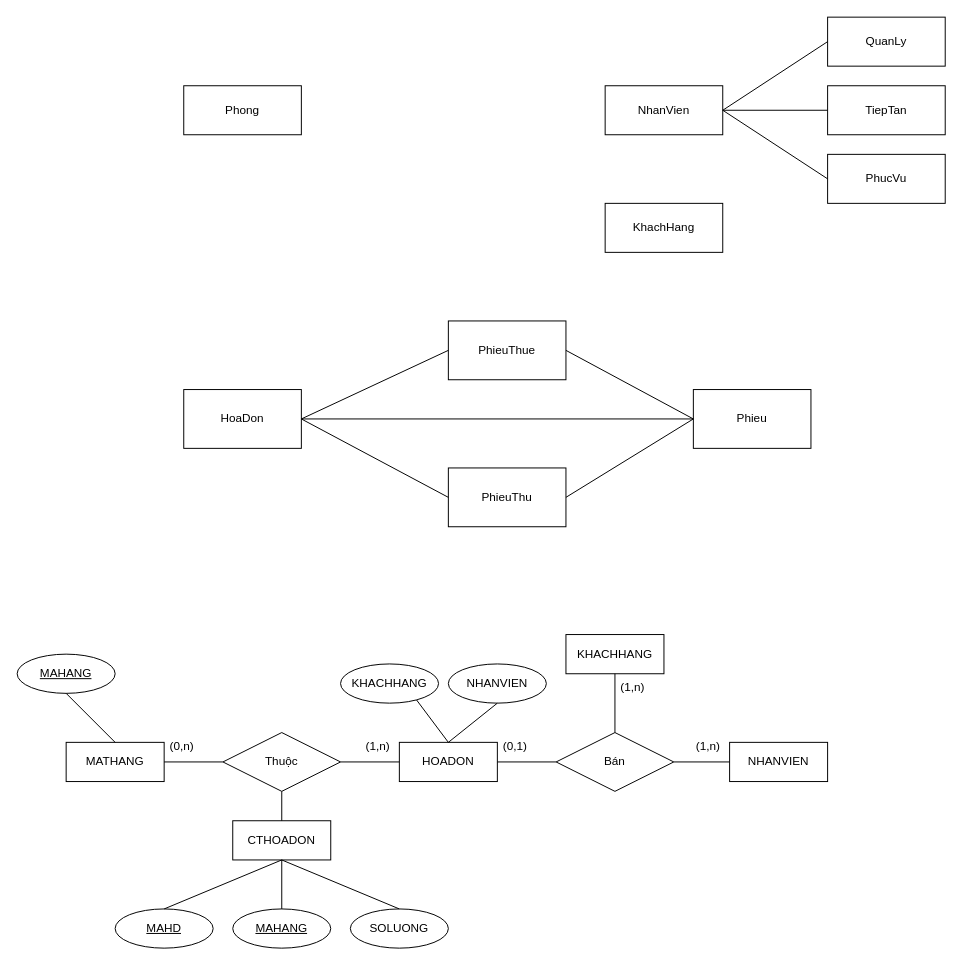
Before: newDiagram.drawio in huykhaduy/huykhaduy, a draw.io diagram. Source tidied: cells renumbered, new cells numbered last; positions are measured from the earlier drawing's top-left corner, leaving out a move shared by most shapes. Both pictures are drawn from the tidied source at 98%, with x=0, y=0 at pixel (17, 17).
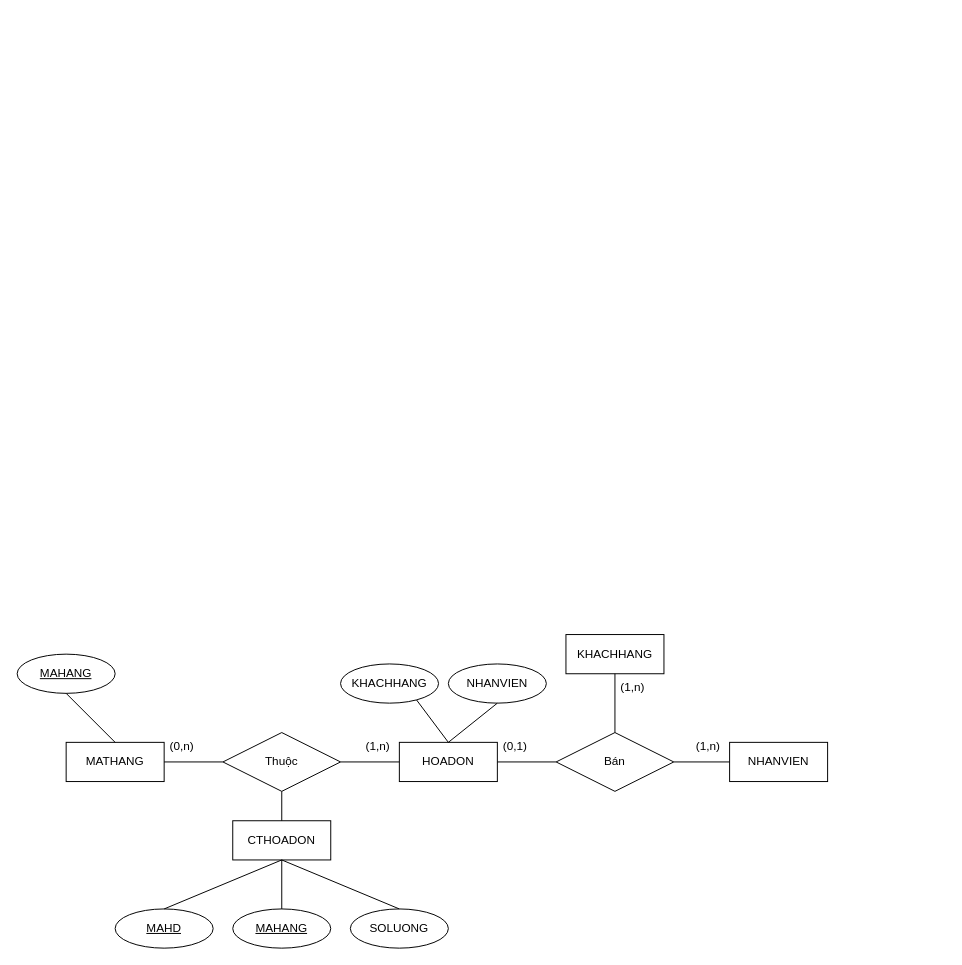
Above is the later version.

What changed in the source:
```diff
@@
-    <mxCell id="2" value="Phong" style="rounded=0;whiteSpace=wrap;html=1;" parent="1" vertex="1">
-      <mxGeometry x="170" y="70" width="120" height="50" as="geometry" />
-    </mxCell>
-    <mxCell id="3" value="NhanVien" style="rounded=0;whiteSpace=wrap;html=1;" parent="1" vertex="1">
-      <mxGeometry x="600" y="70" width="120" height="50" as="geometry" />
-    </mxCell>
-    <mxCell id="4" value="KhachHang" style="rounded=0;whiteSpace=wrap;html=1;" parent="1" vertex="1">
-      <mxGeometry x="600" y="190" width="120" height="50" as="geometry" />
-    </mxCell>
-    <mxCell id="5" value="QuanLy" style="rounded=0;whiteSpace=wrap;html=1;" parent="1" vertex="1">
-      <mxGeometry x="827" width="120" height="50" as="geometry" />
-    </mxCell>
-    <mxCell id="6" value="TiepTan" style="rounded=0;whiteSpace=wrap;html=1;" parent="1" vertex="1">
-      <mxGeometry x="827" y="70" width="120" height="50" as="geometry" />
-    </mxCell>
-    <mxCell id="7" value="PhucVu" style="rounded=0;whiteSpace=wrap;html=1;" parent="1" vertex="1">
-      <mxGeometry x="827" y="140" width="120" height="50" as="geometry" />
-    </mxCell>
-    <mxCell id="8" style="endArrow=none;html=1;rounded=0;exitX=1;exitY=0.5;exitDx=0;exitDy=0;entryX=0;entryY=0.5;entryDx=0;entryDy=0;" parent="1" edge="1" source="3" target="7">
-      <mxGeometry relative="1" as="geometry" />
-    </mxCell>
-    <mxCell id="9" style="endArrow=none;html=1;rounded=0;exitX=1;exitY=0.5;exitDx=0;exitDy=0;entryX=0;entryY=0.5;entryDx=0;entryDy=0;" parent="1" edge="1" source="3" target="6">
-      <mxGeometry relative="1" as="geometry" />
-    </mxCell>
-    <mxCell id="10" style="endArrow=none;html=1;rounded=0;exitX=1;exitY=0.5;exitDx=0;exitDy=0;entryX=0;entryY=0.5;entryDx=0;entryDy=0;" parent="1" edge="1" source="3" target="5">
-      <mxGeometry relative="1" as="geometry" />
-    </mxCell>
-    <mxCell id="11" value="HoaDon" style="rounded=0;whiteSpace=wrap;html=1;" parent="1" vertex="1">
-      <mxGeometry x="170" y="380" width="120" height="60" as="geometry" />
-    </mxCell>
-    <mxCell id="12" value="PhieuThue" style="rounded=0;whiteSpace=wrap;html=1;" parent="1" vertex="1">
-      <mxGeometry x="440" y="310" width="120" height="60" as="geometry" />
-    </mxCell>
-    <mxCell id="13" value="PhieuThu" style="rounded=0;whiteSpace=wrap;html=1;" parent="1" vertex="1">
-      <mxGeometry x="440" y="460" width="120" height="60" as="geometry" />
-    </mxCell>
-    <mxCell id="14" style="endArrow=none;html=1;rounded=0;exitX=1;exitY=0.5;exitDx=0;exitDy=0;entryX=0;entryY=0.5;entryDx=0;entryDy=0;" parent="1" edge="1" source="11" target="12">
-      <mxGeometry relative="1" as="geometry" />
-    </mxCell>
-    <mxCell id="15" style="endArrow=none;html=1;rounded=0;exitX=1;exitY=0.5;exitDx=0;exitDy=0;entryX=0;entryY=0.5;entryDx=0;entryDy=0;" parent="1" edge="1" source="11" target="13">
-      <mxGeometry relative="1" as="geometry" />
-    </mxCell>
-    <mxCell id="16" value="Phieu" style="rounded=0;whiteSpace=wrap;html=1;" parent="1" vertex="1">
-      <mxGeometry x="690" y="380" width="120" height="60" as="geometry" />
-    </mxCell>
-    <mxCell id="17" style="endArrow=none;html=1;rounded=0;exitX=1;exitY=0.5;exitDx=0;exitDy=0;entryX=0;entryY=0.5;entryDx=0;entryDy=0;" parent="1" edge="1" source="12" target="16">
-      <mxGeometry relative="1" as="geometry" />
-    </mxCell>
-    <mxCell id="18" style="endArrow=none;html=1;rounded=0;exitX=1;exitY=0.5;exitDx=0;exitDy=0;entryX=0;entryY=0.5;entryDx=0;entryDy=0;" parent="1" edge="1" source="13" target="16">
-      <mxGeometry relative="1" as="geometry" />
-    </mxCell>
-    <mxCell id="19" style="endArrow=none;html=1;rounded=0;exitX=1;exitY=0.5;exitDx=0;exitDy=0;entryX=0;entryY=0.5;entryDx=0;entryDy=0;" parent="1" edge="1" source="11" target="16">
-      <mxGeometry relative="1" as="geometry" />
-    </mxCell>
```
